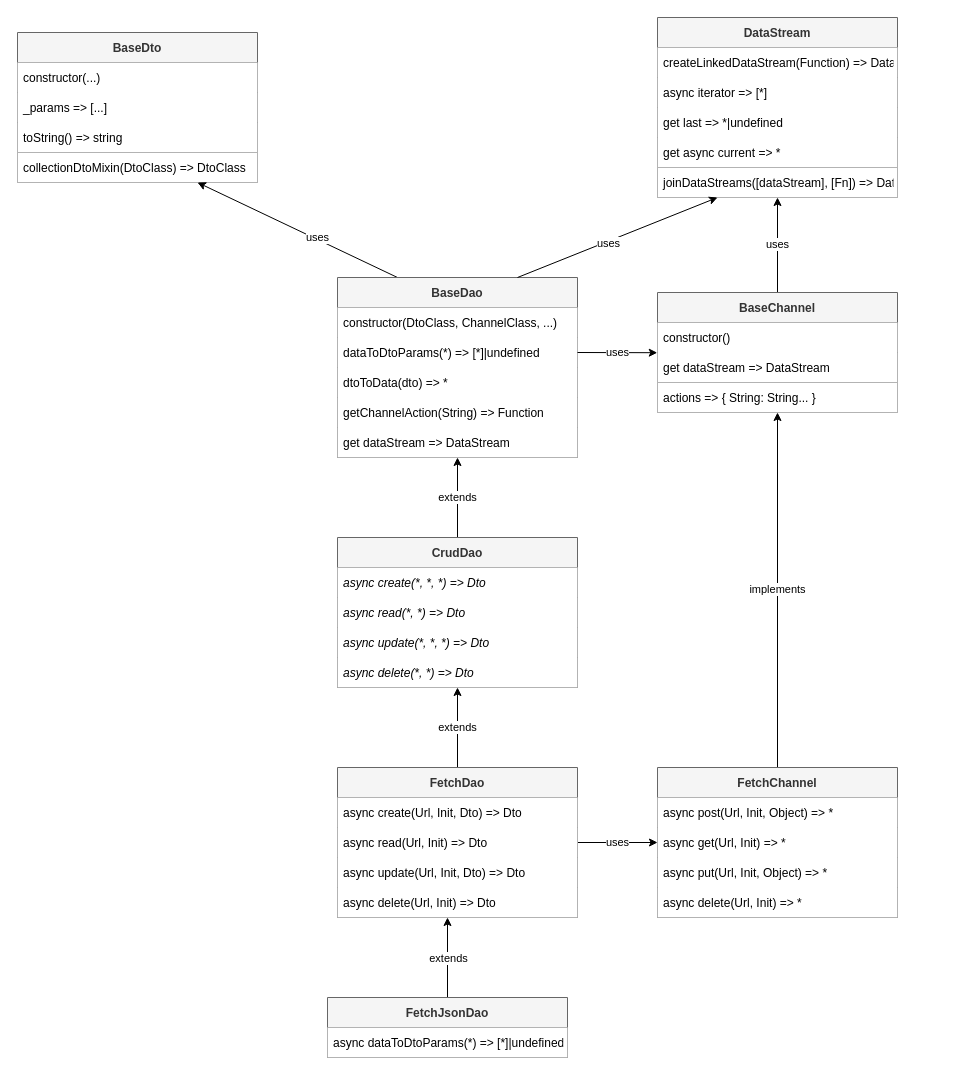
sposh/data-access keeps this draw.io diagram as architecture.drawio. Above is the earlier version. Source tidied: cells renumbered, new cells numbered last; positions are measured from the earlier drawing's top-left corner, leaving out a move shared by most shapes. Both pictures are drawn from the tidied source at 100%, with x=0, y=0 at pixel (17, 17).
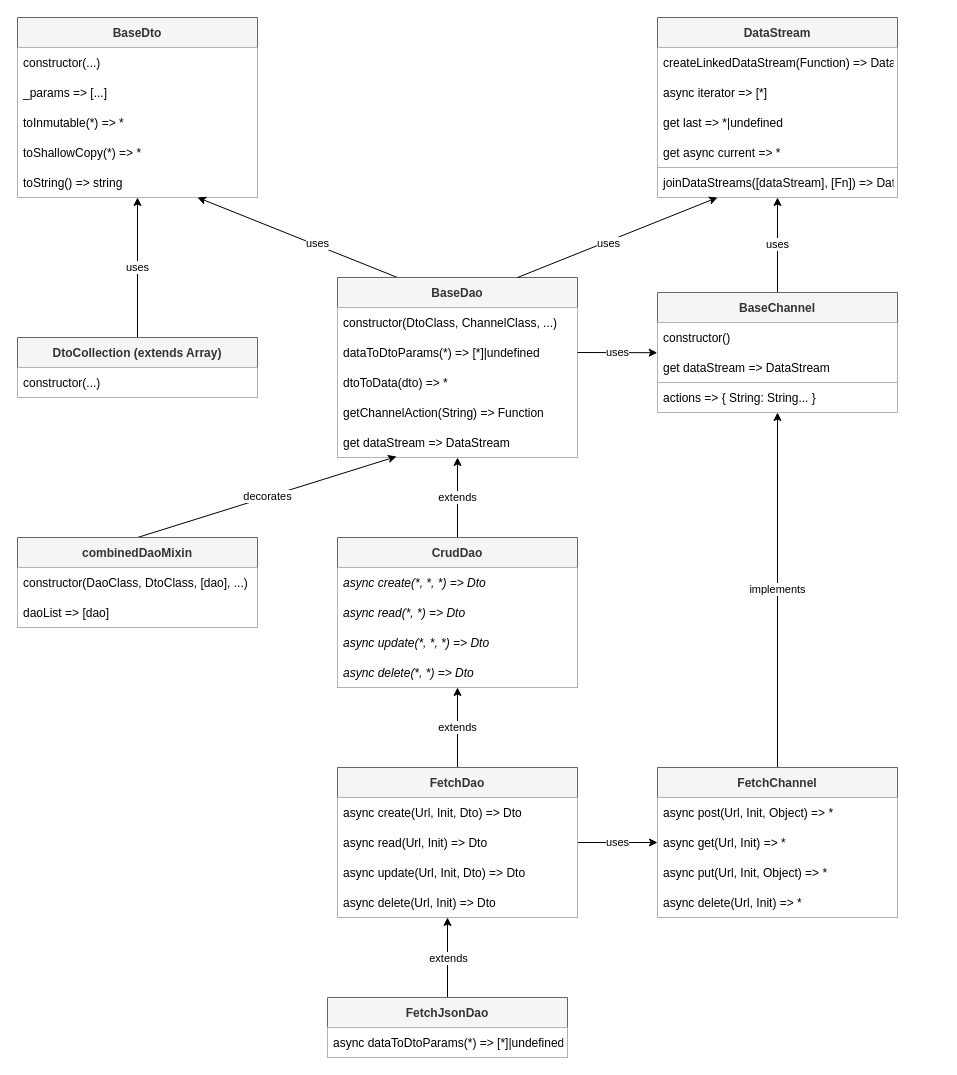
After the change.

Commit message:
feat(doc): architecture diagram

The change refers to these unchanged cells:
```xml
<mxCell id="20" value="get dataStream =&gt; DataStream" style="text;strokeColor=none;fillColor=default;align=left;verticalAlign=middle;spacingLeft=4;spacingRight=4;overflow=hidden;points=[[0,0.5],[1,0.5]];portConstraint=eastwest;" parent="15" vertex="1">
  <mxGeometry y="150" width="240" height="30" as="geometry" />
</mxCell>
```

Diff of the diagram source:
```diff
@@
     <mxCell id="2" value="BaseDto" style="swimlane;fontStyle=1;horizontal=1;startSize=30;fillColor=#f5f5f5;fontColor=#333333;strokeColor=#666666;" parent="1" vertex="1">
-      <mxGeometry y="15" width="240" height="150" as="geometry" />
+      <mxGeometry width="240" height="180" as="geometry" />
     </mxCell>
@@
+    <mxCell id="49" value="toInmutable(*) =&gt; *" style="text;strokeColor=none;fillColor=default;align=left;verticalAlign=middle;spacingLeft=4;spacingRight=4;overflow=hidden;" parent="2" vertex="1">
+      <mxGeometry y="90" width="240" height="30" as="geometry" />
+    </mxCell>
+    <mxCell id="50" value="toShallowCopy(*) =&gt; *" style="text;strokeColor=none;fillColor=default;align=left;verticalAlign=middle;spacingLeft=4;spacingRight=4;overflow=hidden;" parent="2" vertex="1">
+      <mxGeometry y="120" width="240" height="30" as="geometry" />
+    </mxCell>
     <mxCell id="5" value="toString() =&gt; string" style="text;strokeColor=none;fillColor=default;align=left;verticalAlign=middle;spacingLeft=4;spacingRight=4;overflow=hidden;points=[[0,0.5],[1,0.5]];portConstraint=eastwest;" parent="2" vertex="1">
-      <mxGeometry y="90" width="240" height="30" as="geometry" />
+      <mxGeometry y="150" width="240" height="30" as="geometry" />
     </mxCell>
-    <mxCell id="6" value="collectionDtoMixin(DtoClass) =&gt; DtoClass" style="text;strokeColor=#B3B3B3;fillColor=default;align=left;verticalAlign=middle;spacingLeft=4;spacingRight=4;overflow=hidden;" parent="2" vertex="1">
-      <mxGeometry y="120" width="240" height="30" as="geometry" />
-    </mxCell>
@@
+    <mxCell id="51" value="uses" style="edgeStyle=orthogonalEdgeStyle;rounded=0;jettySize=auto;html=1;exitX=0.5;exitY=0;exitDx=0;exitDy=0;entryX=0.5;entryY=1;entryDx=0;entryDy=0;entryPerimeter=0;" parent="1" edge="1" source="52" target="5">
+      <mxGeometry relative="1" as="geometry" />
+    </mxCell>
+    <mxCell id="52" value="DtoCollection (extends Array)" style="swimlane;fontStyle=1;horizontal=1;startSize=30;fillColor=#f5f5f5;fontColor=#333333;strokeColor=#666666;" parent="1" vertex="1">
+      <mxGeometry y="320" width="240" height="60" as="geometry" />
+    </mxCell>
+    <mxCell id="53" value="constructor(...)" style="text;strokeColor=none;fillColor=default;align=left;verticalAlign=middle;spacingLeft=4;spacingRight=4;overflow=hidden;" parent="52" vertex="1">
+      <mxGeometry y="30" width="240" height="30" as="geometry" />
+    </mxCell>
+    <mxCell id="54" value="decorates" style="rounded=0;jettySize=auto;html=1;exitX=0.5;exitY=0;exitDx=0;exitDy=0;entryX=0.246;entryY=0.967;entryDx=0;entryDy=0;entryPerimeter=0;" parent="1" edge="1" source="55" target="20">
+      <mxGeometry relative="1" as="geometry" />
+    </mxCell>
+    <mxCell id="55" value="combinedDaoMixin" style="swimlane;fontStyle=1;horizontal=1;startSize=30;fillColor=#f5f5f5;fontColor=#333333;strokeColor=#666666;" parent="1" vertex="1">
+      <mxGeometry y="520" width="240" height="90" as="geometry" />
+    </mxCell>
+    <mxCell id="56" value="constructor(DaoClass, DtoClass, [dao], ...)" style="text;strokeColor=none;fillColor=default;align=left;verticalAlign=middle;spacingLeft=4;spacingRight=4;overflow=hidden;" parent="55" vertex="1">
+      <mxGeometry y="30" width="240" height="30" as="geometry" />
+    </mxCell>
+    <mxCell id="57" value="daoList =&gt; [dao]" style="text;strokeColor=none;fillColor=default;align=left;verticalAlign=middle;spacingLeft=4;spacingRight=4;overflow=hidden;" parent="55" vertex="1">
+      <mxGeometry y="60" width="240" height="30" as="geometry" />
+    </mxCell>
```
